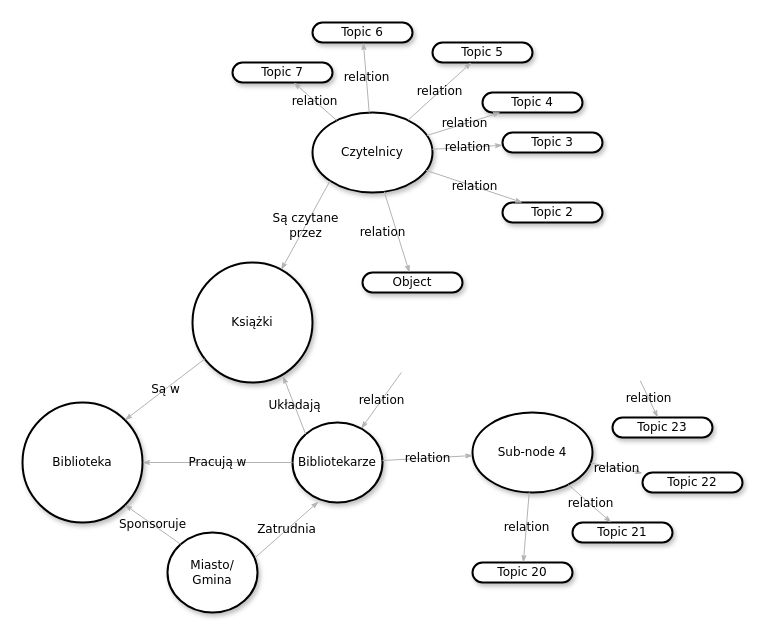
cocacolaja/Studia keeps this draw.io diagram as Zadanie1.drawio. Above is the earlier version. Source tidied: cells renumbered, new cells numbered last; positions are measured from the earlier drawing's top-left corner, leaving out a move shared by most shapes. Both pictures are drawn from the tidied source at 100%, with x=0, y=0 at pixel (22, 22).
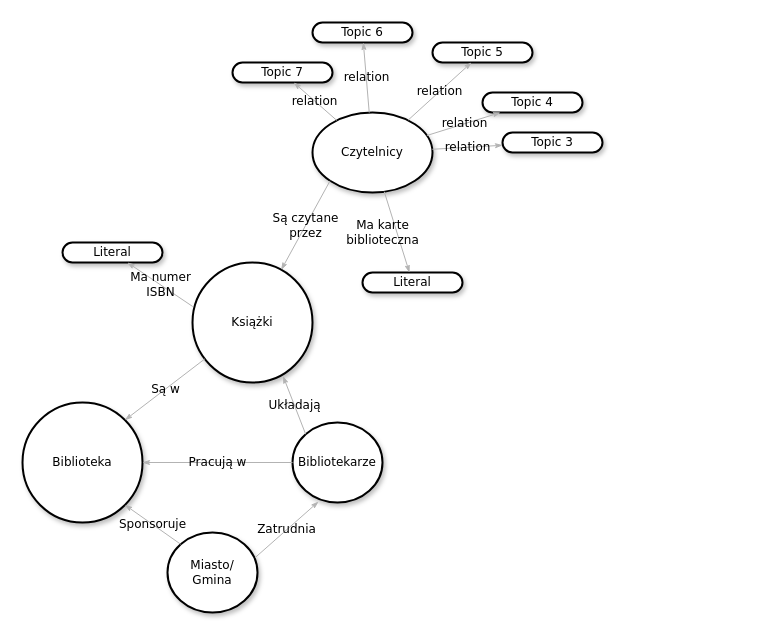
The same diagram, later.

The change refers to these unchanged cells:
```xml
<mxCell id="2" value="Czytelnicy" style="ellipse;whiteSpace=wrap;html=1;rounded=1;shadow=1;comic=0;labelBackgroundColor=none;strokeWidth=2;fontFamily=Verdana;fontSize=12;align=center;" parent="1" vertex="1">
  <mxGeometry x="290" y="90" width="120" height="80" as="geometry" />
</mxCell>
<mxCell id="3" value="Książki" style="ellipse;whiteSpace=wrap;html=1;rounded=1;shadow=1;comic=0;labelBackgroundColor=none;strokeWidth=2;fontFamily=Verdana;fontSize=12;align=center;" parent="1" vertex="1">
  <mxGeometry x="170" y="240" width="120" height="120" as="geometry" />
</mxCell>
<mxCell id="4" value="Bibliotekarze" style="ellipse;whiteSpace=wrap;html=1;rounded=1;shadow=1;comic=0;labelBackgroundColor=none;strokeWidth=2;fontFamily=Verdana;fontSize=12;align=center;" parent="1" vertex="1">
  <mxGeometry x="270" y="400" width="90" height="80" as="geometry" />
</mxCell>
```

Diff of the diagram source:
```diff
@@
-    <mxCell id="5" value="&lt;span&gt;Sub-node 4&lt;/span&gt;" style="ellipse;whiteSpace=wrap;html=1;rounded=1;shadow=1;comic=0;labelBackgroundColor=none;strokeWidth=2;fontFamily=Verdana;fontSize=12;align=center;" parent="1" vertex="1">
-      <mxGeometry x="450" y="390" width="120" height="80" as="geometry" />
-    </mxCell>
@@
-    <mxCell id="8" value="&lt;span&gt;Topic 21&lt;/span&gt;" style="whiteSpace=wrap;html=1;rounded=1;shadow=1;comic=0;labelBackgroundColor=none;strokeWidth=2;fontFamily=Verdana;fontSize=12;align=center;arcSize=50;" parent="1" vertex="1">
-      <mxGeometry x="550" y="500" width="100" height="20" as="geometry" />
-    </mxCell>
-    <mxCell id="9" value="&lt;span&gt;Topic 22&lt;/span&gt;" style="whiteSpace=wrap;html=1;rounded=1;shadow=1;comic=0;labelBackgroundColor=none;strokeWidth=2;fontFamily=Verdana;fontSize=12;align=center;arcSize=50;" parent="1" vertex="1">
-      <mxGeometry x="620" y="450" width="100" height="20" as="geometry" />
-    </mxCell>
@@
-    <mxCell id="14" value="&lt;span&gt;Topic 2&lt;/span&gt;" style="whiteSpace=wrap;html=1;rounded=1;shadow=1;comic=0;labelBackgroundColor=none;strokeWidth=2;fontFamily=Verdana;fontSize=12;align=center;arcSize=50;" parent="1" vertex="1">
-      <mxGeometry x="480" y="180" width="100" height="20" as="geometry" />
+    <mxCell id="14" value="&lt;span&gt;Literal&lt;/span&gt;" style="whiteSpace=wrap;html=1;rounded=1;shadow=1;comic=0;labelBackgroundColor=none;strokeWidth=2;fontFamily=Verdana;fontSize=12;align=center;arcSize=50;" parent="1" vertex="1">
+      <mxGeometry x="40" y="220" width="100" height="20" as="geometry" />
     </mxCell>
-    <mxCell id="15" value="Object" style="whiteSpace=wrap;html=1;rounded=1;shadow=1;comic=0;labelBackgroundColor=none;strokeWidth=2;fontFamily=Verdana;fontSize=12;align=center;arcSize=50;" parent="1" vertex="1">
+    <mxCell id="15" value="Literal" style="whiteSpace=wrap;html=1;rounded=1;shadow=1;comic=0;labelBackgroundColor=none;strokeWidth=2;fontFamily=Verdana;fontSize=12;align=center;arcSize=50;" parent="1" vertex="1">
       <mxGeometry x="340" y="250" width="100" height="20" as="geometry" />
     </mxCell>
-    <mxCell id="16" value="&lt;span&gt;Topic 20&lt;/span&gt;" style="whiteSpace=wrap;html=1;rounded=1;shadow=1;comic=0;labelBackgroundColor=none;strokeWidth=2;fontFamily=Verdana;fontSize=12;align=center;arcSize=50;" parent="1" vertex="1">
-      <mxGeometry x="450" y="540" width="100" height="20" as="geometry" />
-    </mxCell>
@@
-    <mxCell id="20" value="relation" style="edgeStyle=none;rounded=1;html=1;labelBackgroundColor=none;startArrow=none;startFill=0;startSize=5;endArrow=classicThin;endFill=1;endSize=5;jettySize=auto;strokeColor=#B3B3B3;strokeWidth=1;fontFamily=Verdana;fontSize=12;" parent="1" edge="1" source="4" target="5">
-      <mxGeometry relative="1" as="geometry" />
-    </mxCell>
-    <mxCell id="21" value="relation" style="edgeStyle=none;rounded=1;html=1;labelBackgroundColor=none;startArrow=none;startFill=0;startSize=5;endArrow=classicThin;endFill=1;endSize=5;jettySize=auto;strokeColor=#B3B3B3;strokeWidth=1;fontFamily=Verdana;fontSize=12;" parent="1" edge="1" source="5" target="9">
-      <mxGeometry relative="1" as="geometry" />
-    </mxCell>
-    <mxCell id="22" value="relation" style="edgeStyle=none;rounded=1;html=1;labelBackgroundColor=none;startArrow=none;startFill=0;startSize=5;endArrow=classicThin;endFill=1;endSize=5;jettySize=auto;strokeColor=#B3B3B3;strokeWidth=1;fontFamily=Verdana;fontSize=12;" parent="1" edge="1" source="5" target="8">
-      <mxGeometry relative="1" as="geometry" />
-    </mxCell>
-    <mxCell id="23" value="relation" style="edgeStyle=none;rounded=1;html=1;labelBackgroundColor=none;startArrow=none;startFill=0;startSize=5;endArrow=classicThin;endFill=1;endSize=5;jettySize=auto;strokeColor=#B3B3B3;strokeWidth=1;fontFamily=Verdana;fontSize=12;" parent="1" edge="1" source="5" target="16">
-      <mxGeometry relative="1" as="geometry" />
-    </mxCell>
-    <mxCell id="24" value="relation" style="edgeStyle=none;rounded=1;html=1;labelBackgroundColor=none;startArrow=none;startFill=0;startSize=5;endArrow=classicThin;endFill=1;endSize=5;jettySize=auto;strokeColor=#B3B3B3;strokeWidth=1;fontFamily=Verdana;fontSize=12;" parent="1" edge="1" source="2" target="15">
+    <mxCell id="24" value="Ma karte&lt;div&gt;biblioteczna&lt;/div&gt;" style="edgeStyle=none;rounded=1;html=1;labelBackgroundColor=none;startArrow=none;startFill=0;startSize=5;endArrow=classicThin;endFill=1;endSize=5;jettySize=auto;strokeColor=#B3B3B3;strokeWidth=1;fontFamily=Verdana;fontSize=12;" parent="1" edge="1" source="2" target="15">
       <mxGeometry x="-0.09" y="-14" relative="1" as="geometry" />
     </mxCell>
-    <mxCell id="25" value="relation" style="edgeStyle=none;rounded=1;html=1;labelBackgroundColor=none;startArrow=none;startFill=0;startSize=5;endArrow=classicThin;endFill=1;endSize=5;jettySize=auto;strokeColor=#B3B3B3;strokeWidth=1;fontFamily=Verdana;fontSize=12;" parent="1" edge="1" source="2" target="14">
+    <mxCell id="25" value="Ma numer&lt;div&gt;ISBN&lt;/div&gt;" style="edgeStyle=none;rounded=1;html=1;labelBackgroundColor=none;startArrow=none;startFill=0;startSize=5;endArrow=classicThin;endFill=1;endSize=5;jettySize=auto;strokeColor=#B3B3B3;strokeWidth=1;fontFamily=Verdana;fontSize=12;exitX=0.002;exitY=0.367;exitDx=0;exitDy=0;exitPerimeter=0;" parent="1" edge="1" source="3" target="14">
       <mxGeometry relative="1" as="geometry" />
     </mxCell>
@@
-    <mxCell id="31" value="&lt;span&gt;Topic 23&lt;/span&gt;" style="whiteSpace=wrap;html=1;rounded=1;shadow=1;comic=0;labelBackgroundColor=none;strokeWidth=2;fontFamily=Verdana;fontSize=12;align=center;arcSize=50;" parent="1" vertex="1">
-      <mxGeometry x="590" y="395" width="100" height="20" as="geometry" />
-    </mxCell>
-    <mxCell id="32" value="relation" style="edgeStyle=none;rounded=1;html=1;labelBackgroundColor=none;startArrow=none;startFill=0;startSize=5;endArrow=classicThin;endFill=1;endSize=5;jettySize=auto;strokeColor=#B3B3B3;strokeWidth=1;fontFamily=Verdana;fontSize=12;" parent="1" edge="1" target="31">
-      <mxGeometry relative="1" as="geometry">
-        <mxPoint x="617.8" y="358.2" as="sourcePoint" />
-      </mxGeometry>
-    </mxCell>
-    <mxCell id="33" value="relation" style="edgeStyle=none;rounded=1;html=1;labelBackgroundColor=none;startArrow=none;startFill=0;startSize=5;endArrow=classicThin;endFill=1;endSize=5;jettySize=auto;strokeColor=#B3B3B3;strokeWidth=1;fontFamily=Verdana;fontSize=12;" parent="1" edge="1" target="4">
-      <mxGeometry relative="1" as="geometry">
-        <mxPoint x="378.8" y="350" as="sourcePoint" />
-      </mxGeometry>
-    </mxCell>
```
